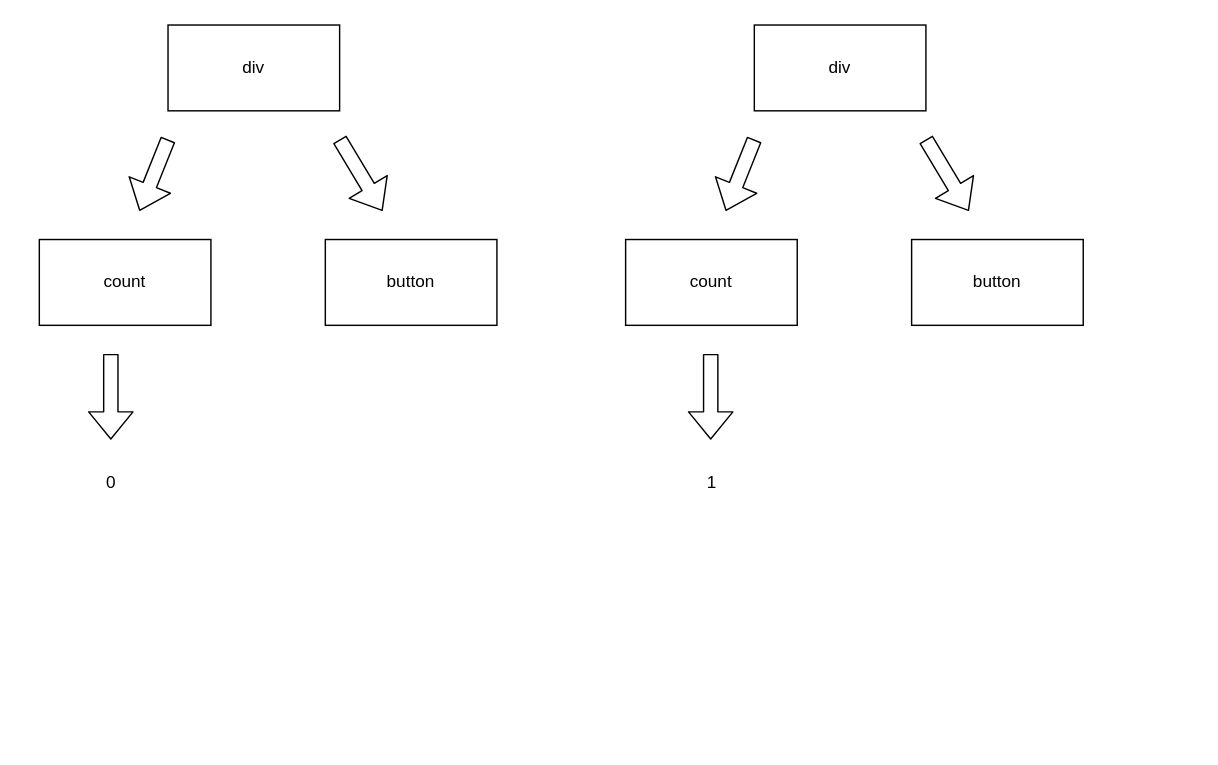
Above: packages/runtime-core/imgs/diff.drawio in JeromeD3/mini_vue (draw.io), before the change. Source tidied: cells renumbered, new cells numbered last; positions are measured from the earlier drawing's top-left corner, leaving out a move shared by most shapes. Both pictures are drawn from the tidied source at 143%, with x=0, y=0 at pixel (39, 24).
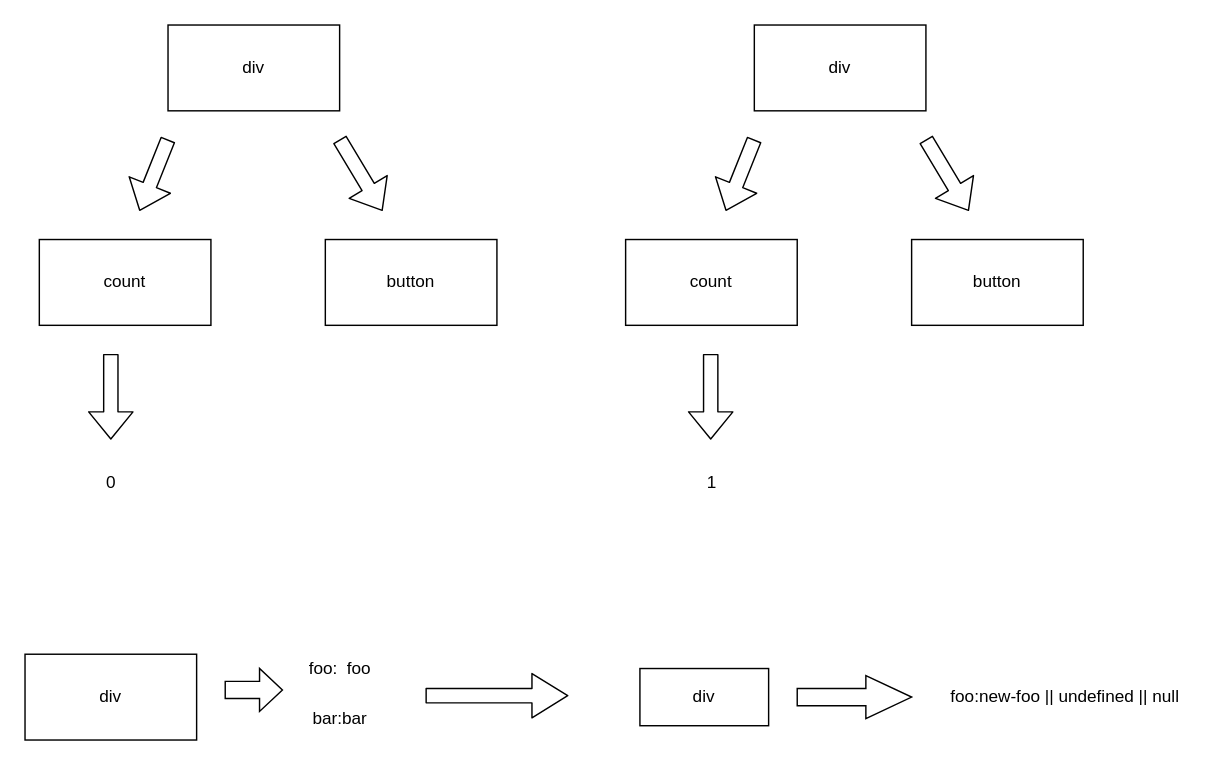
Above is the later version.

Diff of the diagram source:
```diff
@@
+    <mxCell id="16" value="div" style="whiteSpace=wrap;html=1;" parent="1" vertex="1">
+      <mxGeometry x="-10" y="440" width="120" height="60" as="geometry" />
+    </mxCell>
+    <mxCell id="17" style="shape=singleArrow;whiteSpace=wrap;html=1;arrowWidth=0.4;arrowSize=0.4;" parent="1" vertex="1">
+      <mxGeometry x="130" y="450" width="40" height="30" as="geometry" />
+    </mxCell>
+    <mxCell id="18" value="foo:&lt;span style=&quot;white-space: pre;&quot;&gt;&#9;&lt;/span&gt;foo" style="text;html=1;align=center;verticalAlign=middle;strokeColor=none;fillColor=none;" parent="1" vertex="1">
+      <mxGeometry x="175" y="435" width="70" height="30" as="geometry" />
+    </mxCell>
+    <mxCell id="19" value="bar:bar" style="text;html=1;align=center;verticalAlign=middle;strokeColor=none;fillColor=none;" parent="1" vertex="1">
+      <mxGeometry x="180" y="470" width="60" height="30" as="geometry" />
+    </mxCell>
+    <mxCell id="20" value="div" style="whiteSpace=wrap;html=1;" parent="1" vertex="1">
+      <mxGeometry x="420" y="450" width="90" height="40" as="geometry" />
+    </mxCell>
+    <mxCell id="21" style="shape=singleArrow;whiteSpace=wrap;html=1;arrowWidth=0.4;arrowSize=0.4;" parent="1" vertex="1">
+      <mxGeometry x="530" y="455" width="80" height="30" as="geometry" />
+    </mxCell>
+    <mxCell id="22" value="foo:new-foo || undefined || null" style="text;html=1;align=center;verticalAlign=middle;strokeColor=none;fillColor=none;" parent="1" vertex="1">
+      <mxGeometry x="627" y="455" width="180" height="30" as="geometry" />
+    </mxCell>
+    <mxCell id="23" style="edgeStyle=none;orthogonalLoop=1;jettySize=auto;html=1;shape=flexArrow;rounded=1;startSize=8;endSize=8;" parent="1" edge="1">
+      <mxGeometry relative="1" as="geometry">
+        <mxPoint x="270" y="469" as="sourcePoint" />
+        <mxPoint x="370" y="469" as="targetPoint" />
+      </mxGeometry>
+    </mxCell>
```
